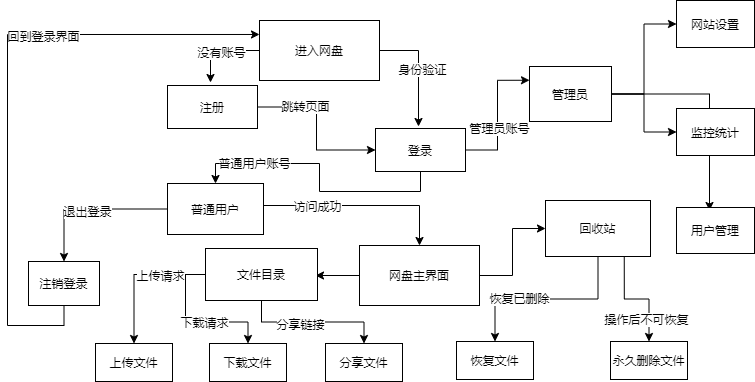
deepinsea/draw keeps this draw.io diagram as 数据流图.png. Above is the earlier version. Source tidied: cells renumbered, new cells last; positions are measured from the earlier drawing's top-left corner, leaving out a move shared by most shapes.
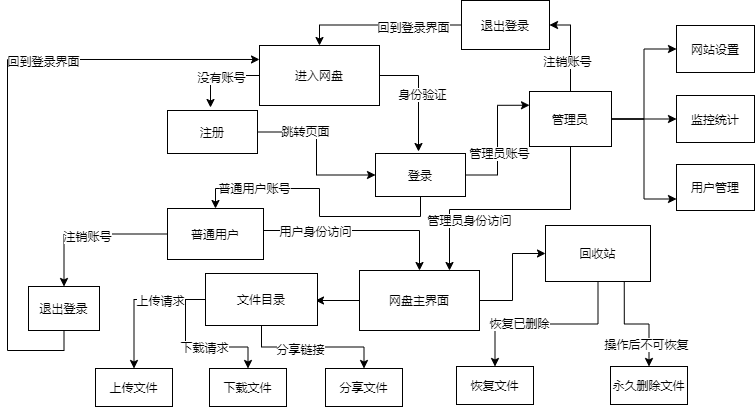
The same file after the commit.

Commit message:
更新数据流图.png

Diff of the diagram source:
```diff
@@ -45,9 +45,9 @@
         </Array>
       </mxGeometry>
     </mxCell>
-    <mxCell id="12" value="访问成功" style="edgeLabel;html=1;align=center;verticalAlign=middle;" parent="11" vertex="1">
+    <mxCell id="12" value="用户身份访问" style="edgeLabel;html=1;align=center;verticalAlign=middle;" parent="11" vertex="1">
       <mxGeometry x="-0.66" relative="1" as="geometry">
-        <mxPoint x="23" as="offset" />
+        <mxPoint x="21" as="offset" />
       </mxGeometry>
     </mxCell>
     <mxCell id="13" style="edgeStyle=orthogonalEdgeStyle;rounded=0;jettySize=auto;html=1;exitX=0.5;exitY=1;exitDx=0;exitDy=0;" parent="1" edge="1" source="17" target="40">
@@ -138,7 +138,7 @@
     <mxCell id="38" style="edgeStyle=orthogonalEdgeStyle;rounded=0;jettySize=auto;html=1;" parent="1" edge="1" source="40" target="42">
       <mxGeometry relative="1" as="geometry" />
     </mxCell>
-    <mxCell id="39" value="退出登录" style="edgeLabel;html=1;align=center;verticalAlign=middle;" parent="38" vertex="1">
+    <mxCell id="39" value="注销账号" style="edgeLabel;html=1;align=center;verticalAlign=middle;" parent="38" vertex="1">
       <mxGeometry x="0.04" y="2" relative="1" as="geometry" />
     </mxCell>
     <mxCell id="40" value="普通用户" style="rounded=0;whiteSpace=wrap;html=1;" parent="1" vertex="1">
@@ -149,7 +149,7 @@
         <mxPoint y="34" as="targetPoint" />
       </mxGeometry>
     </mxCell>
-    <mxCell id="42" value="注销登录" style="rounded=0;whiteSpace=wrap;html=1;" parent="1" vertex="1">
+    <mxCell id="42" value="退出登录" style="rounded=0;whiteSpace=wrap;html=1;" parent="1" vertex="1">
       <mxGeometry x="21" y="261" width="71" height="44" as="geometry" />
     </mxCell>
     <mxCell id="43" style="endArrow=classic;html=1;entryX=0;entryY=0.233;entryDx=0;entryDy=0;entryPerimeter=0;" parent="1" edge="1" target="7">
@@ -166,22 +166,50 @@
     <mxCell id="46" style="edgeStyle=orthogonalEdgeStyle;rounded=0;sketch=0;jettySize=auto;html=1;startArrow=none;startFill=0;endArrow=classic;endFill=1;" parent="1" edge="1" source="48" target="51">
       <mxGeometry relative="1" as="geometry" />
     </mxCell>
-    <mxCell id="47" style="edgeStyle=orthogonalEdgeStyle;rounded=0;sketch=0;jettySize=auto;html=1;startArrow=none;startFill=0;endArrow=classic;endFill=1;" parent="1" edge="1" source="48">
-      <mxGeometry relative="1" as="geometry">
-        <mxPoint x="702" y="210" as="targetPoint" />
-      </mxGeometry>
-    </mxCell>
+    <mxCell id="52" style="edgeStyle=orthogonalEdgeStyle;rounded=0;jettySize=auto;html=1;entryX=0;entryY=0.75;entryDx=0;entryDy=0;" parent="1" edge="1" source="48" target="49">
+      <mxGeometry relative="1" as="geometry" />
+    </mxCell>
+    <mxCell id="53" style="edgeStyle=orthogonalEdgeStyle;rounded=0;jettySize=auto;html=1;entryX=0.75;entryY=0;entryDx=0;entryDy=0;" parent="1" edge="1" source="48" target="20">
+      <mxGeometry relative="1" as="geometry">
+        <Array as="points">
+          <mxPoint x="563" y="184" />
+          <mxPoint x="442" y="184" />
+        </Array>
+      </mxGeometry>
+    </mxCell>
+    <mxCell id="54" value="管理员身份访问" style="edgeLabel;html=1;align=center;verticalAlign=middle;" parent="53" vertex="1">
+      <mxGeometry x="0.59" relative="1" as="geometry">
+        <mxPoint x="19" as="offset" />
+      </mxGeometry>
+    </mxCell>
+    <mxCell id="55" style="edgeStyle=orthogonalEdgeStyle;rounded=0;jettySize=auto;html=1;entryX=1;entryY=0.5;entryDx=0;entryDy=0;" parent="1" edge="1" source="48" target="59">
+      <mxGeometry relative="1" as="geometry" />
+    </mxCell>
+    <mxCell id="56" value="注销账号" style="edgeLabel;html=1;align=center;verticalAlign=middle;" parent="55" vertex="1">
+      <mxGeometry x="0.19" y="-1" relative="1" as="geometry">
+        <mxPoint x="-5" y="21" as="offset" />
+      </mxGeometry>
+    </mxCell>
     <mxCell id="48" value="管理员" style="rounded=0;whiteSpace=wrap;html=1;" parent="1" vertex="1">
       <mxGeometry x="522" y="66" width="82" height="55" as="geometry" />
     </mxCell>
     <mxCell id="49" value="用户管理" style="rounded=0;whiteSpace=wrap;html=1;" parent="1" vertex="1">
-      <mxGeometry x="669" y="207" width="78" height="46" as="geometry" />
+      <mxGeometry x="669" y="139" width="78" height="46" as="geometry" />
     </mxCell>
     <mxCell id="50" value="网站设置" style="rounded=0;whiteSpace=wrap;html=1;" parent="1" vertex="1">
       <mxGeometry x="669" width="78" height="47" as="geometry" />
     </mxCell>
     <mxCell id="51" value="监控统计" style="rounded=0;whiteSpace=wrap;html=1;" parent="1" vertex="1">
-      <mxGeometry x="669" y="108" width="78" height="47" as="geometry" />
+      <mxGeometry x="669" y="70" width="78" height="47" as="geometry" />
     </mxCell>
+    <mxCell id="57" style="edgeStyle=orthogonalEdgeStyle;rounded=0;jettySize=auto;html=1;entryX=0.5;entryY=0;entryDx=0;entryDy=0;" parent="1" edge="1" source="59" target="7">
+      <mxGeometry relative="1" as="geometry" />
+    </mxCell>
+    <mxCell id="58" value="回到登录界面" style="edgeLabel;html=1;align=center;verticalAlign=middle;" parent="57" vertex="1">
+      <mxGeometry x="-0.4" y="2" relative="1" as="geometry" />
+    </mxCell>
+    <mxCell id="59" value="退出登录" style="rounded=0;whiteSpace=wrap;html=1;" parent="1" vertex="1">
+      <mxGeometry x="454" y="-25" width="88" height="49" as="geometry" />
+    </mxCell>
   </root>
 </mxGraphModel>
```
